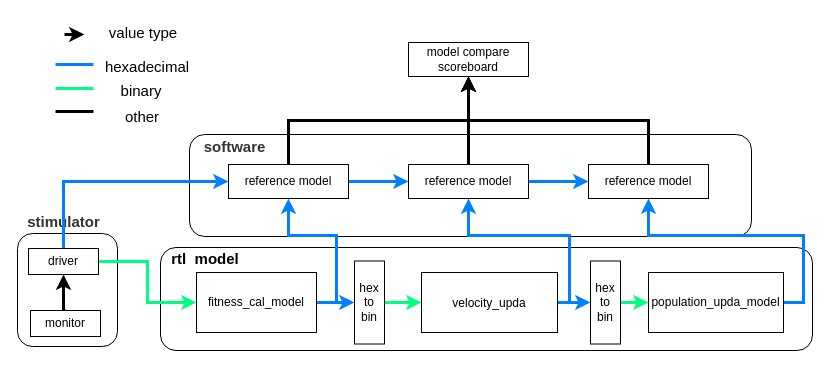
The draw.io diagram ciao/fig/4-fig/rtl_model验证环境.drawio in ciao731/Graduation-project, before the edit. Source tidied: cells renumbered, new cells numbered last; positions are measured from the earlier drawing's top-left corner, leaving out a move shared by most shapes. Both pictures are drawn from the tidied source at 100%, with x=0, y=0 at pixel (17, 17).
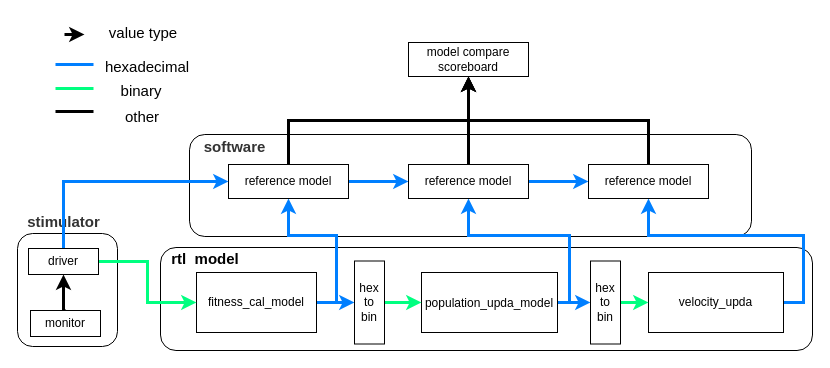
Above is the later version.

Change to the diagram source:
```diff
@@
-    <mxCell id="9" value="&lt;div style=&quot;font-size: 14px ; line-height: 19px&quot;&gt;&lt;span style=&quot;font-size: 12px&quot;&gt;velocity_upda&lt;/span&gt;&lt;/div&gt;" style="rounded=0;whiteSpace=wrap;html=1;" parent="1" vertex="1">
+    <mxCell id="9" value="&lt;div style=&quot;font-size: 14px ; line-height: 19px&quot;&gt;&lt;span style=&quot;font-size: 12px&quot;&gt;population_upda_model&lt;/span&gt;&lt;br&gt;&lt;/div&gt;" style="rounded=0;whiteSpace=wrap;html=1;" parent="1" vertex="1">
       <mxGeometry x="404" y="255" width="136" height="60" as="geometry" />
     </mxCell>
@@
-    <mxCell id="11" value="population_upda_model" style="rounded=0;whiteSpace=wrap;html=1;" parent="1" vertex="1">
+    <mxCell id="11" value="velocity_upda" style="rounded=0;whiteSpace=wrap;html=1;" parent="1" vertex="1">
       <mxGeometry x="631" y="255" width="135" height="60" as="geometry" />
     </mxCell>
```
